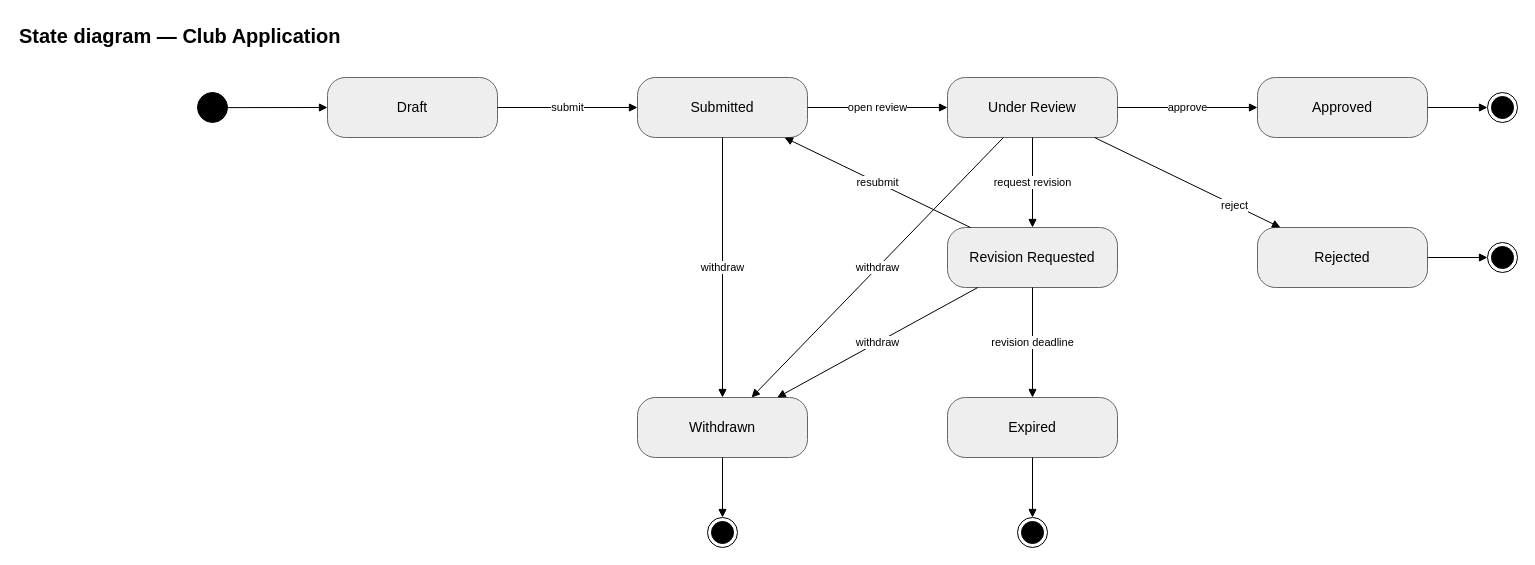
nvdekay/ClubManagementSystem keeps this draw.io diagram as page "Club Application" (1 of 9) of docs/03-diagrams/UCMS_State_Diagrams.drawio. Above is the earlier version. Source tidied: cells renumbered, new cells numbered last; positions are measured from the earlier drawing's top-left corner, leaving out a move shared by most shapes. Both pictures are drawn from the tidied source at 100%, with x=0, y=0 at pixel (17, 17).
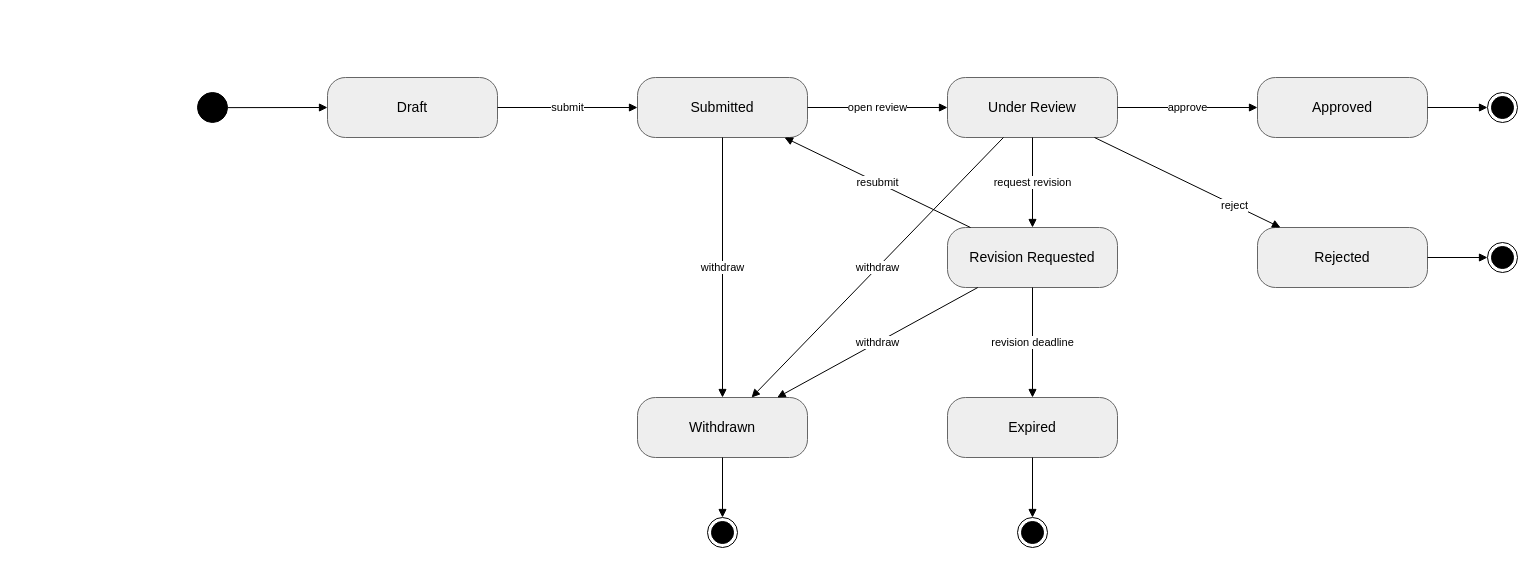
The same diagram, later.

Change to the diagram source:
```diff
@@
-    <mxCell id="2" value="State diagram — Club Application" style="text;html=1;fontSize=20;fontStyle=1;" parent="1" vertex="1">
-      <mxGeometry width="600" height="30" as="geometry" />
-    </mxCell>
```
